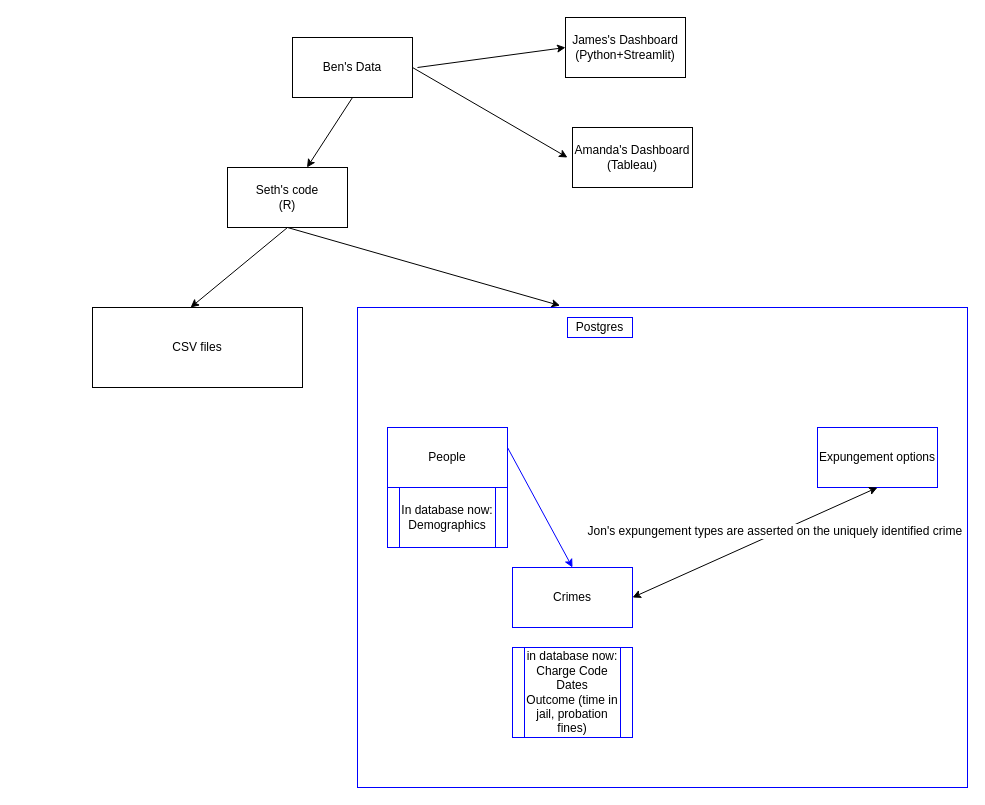
Earlier version of the draw.io diagram lajc.dio (alibama/code-for-cville). Source tidied: cells renumbered, new cells numbered last; positions are measured from the earlier drawing's top-left corner, leaving out a move shared by most shapes. Both pictures are drawn from the tidied source at 100%, with x=0, y=0 at pixel (92, 17).
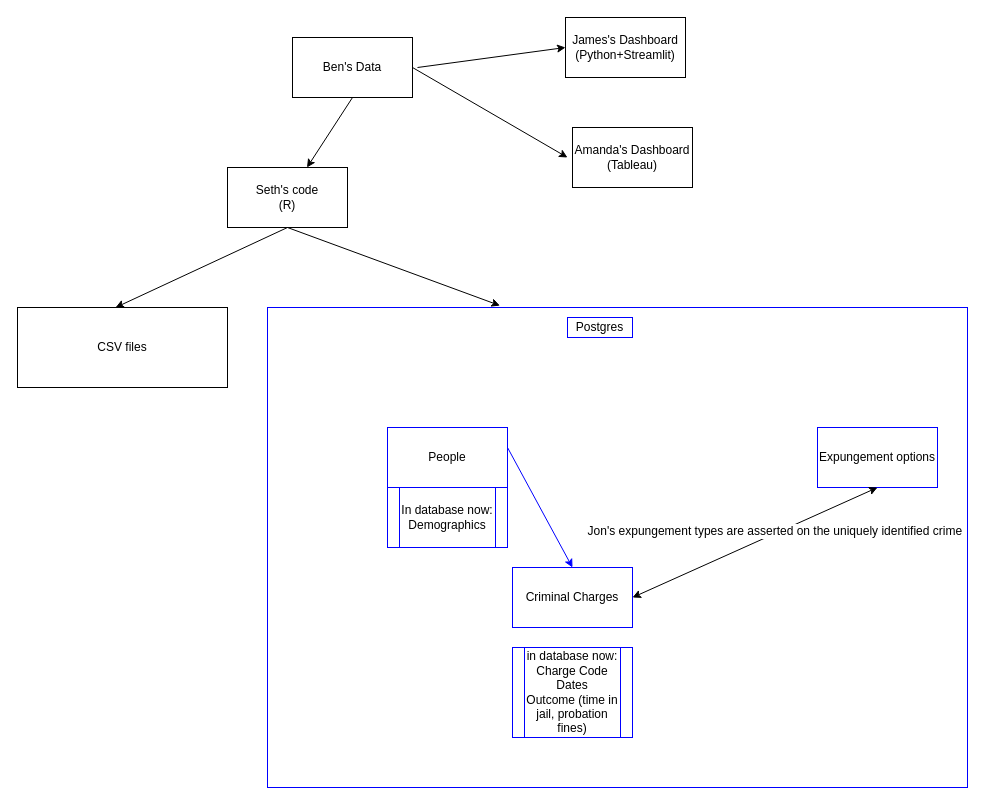
The same page after the edit.

The edit, as a diff of the source:
```diff
@@
     <mxCell id="2" style="rounded=0;whiteSpace=wrap;html=1;strokeColor=#0000FF;" parent="1" vertex="1">
-      <mxGeometry x="265" y="290" width="610" height="480" as="geometry" />
+      <mxGeometry x="175" y="290" width="700" height="480" as="geometry" />
     </mxCell>
@@
-    <mxCell id="5" value="Crimes" style="rounded=0;whiteSpace=wrap;html=1;strokeColor=#0000FF;" parent="1" vertex="1">
+    <mxCell id="5" value="Criminal Charges" style="rounded=0;whiteSpace=wrap;html=1;strokeColor=#0000FF;" parent="1" vertex="1">
       <mxGeometry x="420" y="550" width="120" height="60" as="geometry" />
     </mxCell>
@@
     <mxCell id="11" value="CSV files" style="rounded=0;whiteSpace=wrap;html=1;" parent="1" vertex="1">
-      <mxGeometry y="290" width="210" height="80" as="geometry" />
+      <mxGeometry x="-75" y="290" width="210" height="80" as="geometry" />
     </mxCell>
```
